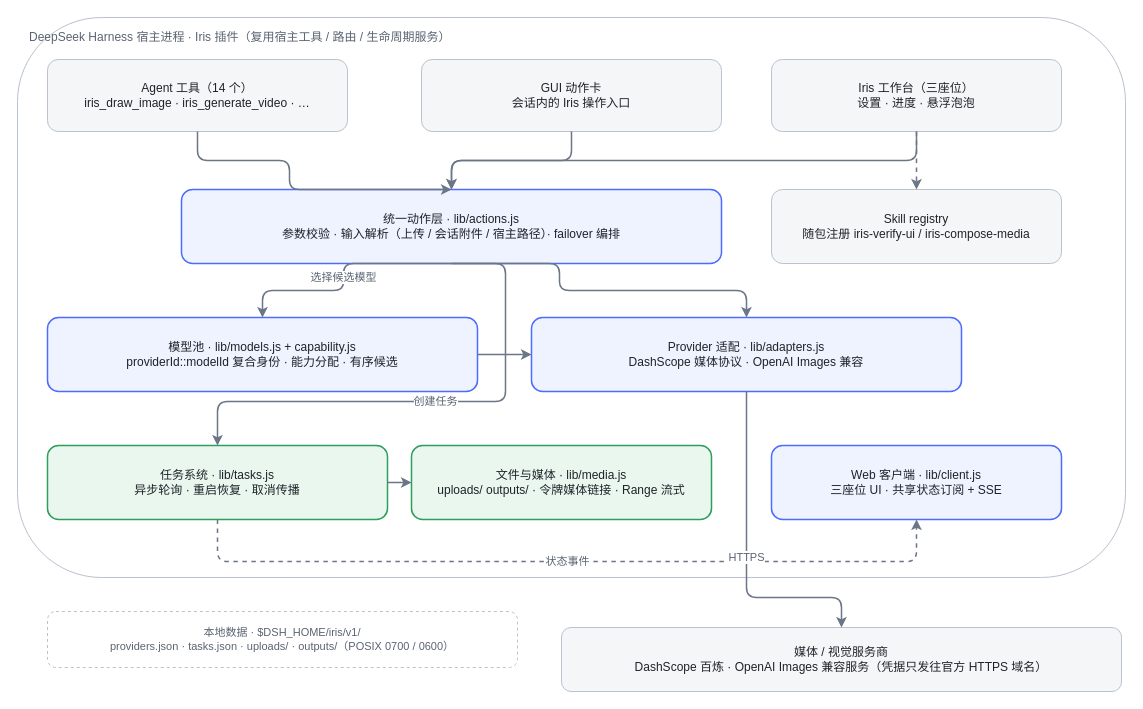
Before: docs/assets/diagrams/iris-architecture.drawio in mokuyoaxis/dsh-iris, a draw.io diagram. Source tidied: cells renumbered, new cells numbered last; positions are measured from the earlier drawing's top-left corner, leaving out a move shared by most shapes. Both pictures are drawn from the tidied source at 100%, with x=0, y=0 at pixel (17, 17).
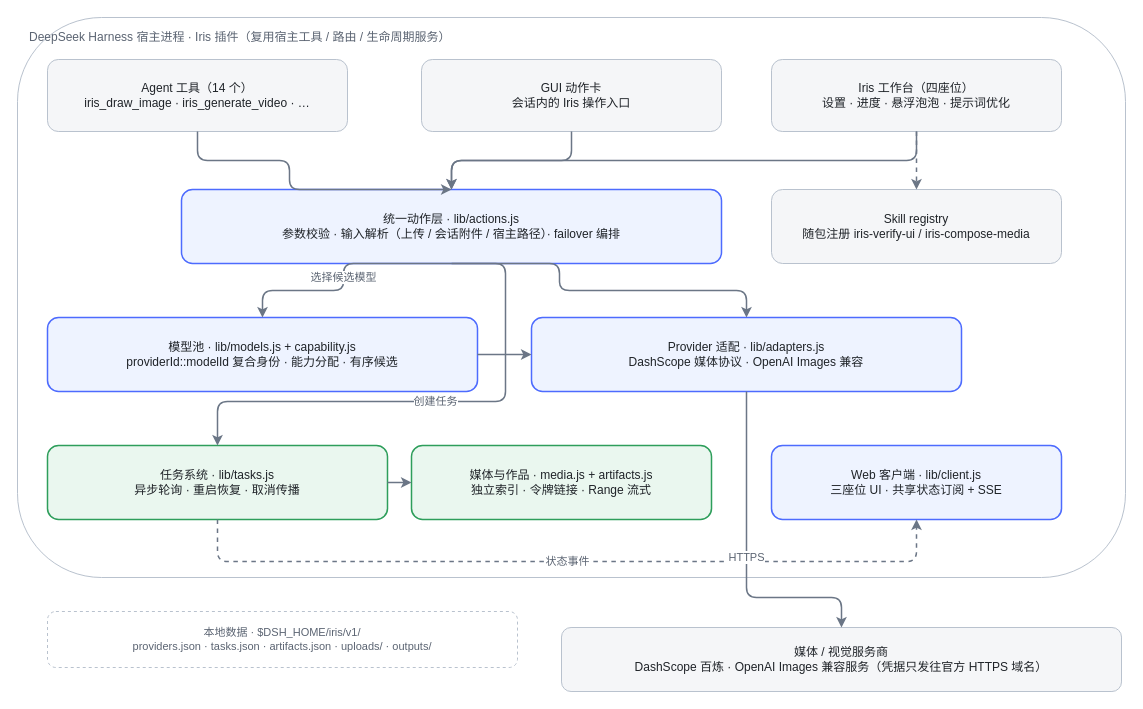
Above is the later version.

The edit, as a diff of the source:
```diff
@@
-    <mxCell id="5" value="Iris 工作台（三座位）&lt;br&gt;设置 · 进度 · 悬浮泡泡" style="rounded=1;whiteSpace=wrap;html=1;fillColor=#f5f6f8;strokeColor=#b9c2ce;fontColor=#1f2328;fontSize=12;" parent="1" vertex="1">
+    <mxCell id="5" value="Iris 工作台（四座位）&lt;br&gt;设置 · 进度 · 悬浮泡泡 · 提示词优化" style="rounded=1;whiteSpace=wrap;html=1;fillColor=#f5f6f8;strokeColor=#b9c2ce;fontColor=#1f2328;fontSize=12;" parent="1" vertex="1">
       <mxGeometry x="754" y="42" width="290" height="72" as="geometry" />
     </mxCell>
@@
-    <mxCell id="10" value="文件与媒体 · lib/media.js&lt;br&gt;uploads/ outputs/ · 令牌媒体链接 · Range 流式" style="rounded=1;whiteSpace=wrap;html=1;fillColor=#eaf7ef;strokeColor=#2e9e5b;fontColor=#1f2328;fontSize=12;strokeWidth=1.5;" parent="1" vertex="1">
+    <mxCell id="10" value="媒体与作品 · media.js + artifacts.js&lt;br&gt;独立索引 · 令牌链接 · Range 流式" style="rounded=1;whiteSpace=wrap;html=1;fillColor=#eaf7ef;strokeColor=#2e9e5b;fontColor=#1f2328;fontSize=12;strokeWidth=1.5;" parent="1" vertex="1">
       <mxGeometry x="394" y="428" width="300" height="74" as="geometry" />
     </mxCell>
@@
-    <mxCell id="13" value="本地数据 · $DSH_HOME/iris/v1/&lt;br&gt;providers.json · tasks.json · uploads/ · outputs/（POSIX 0700 / 0600）" style="rounded=1;whiteSpace=wrap;html=1;fillColor=#ffffff;strokeColor=#b9c2ce;fontColor=#5b6472;fontSize=11;dashed=1;" parent="1" vertex="1">
+    <mxCell id="13" value="本地数据 · $DSH_HOME/iris/v1/&lt;br&gt;providers.json · tasks.json · artifacts.json · uploads/ · outputs/" style="rounded=1;whiteSpace=wrap;html=1;fillColor=#ffffff;strokeColor=#b9c2ce;fontColor=#5b6472;fontSize=11;dashed=1;" parent="1" vertex="1">
       <mxGeometry x="30" y="594" width="470" height="56" as="geometry" />
     </mxCell>
```
